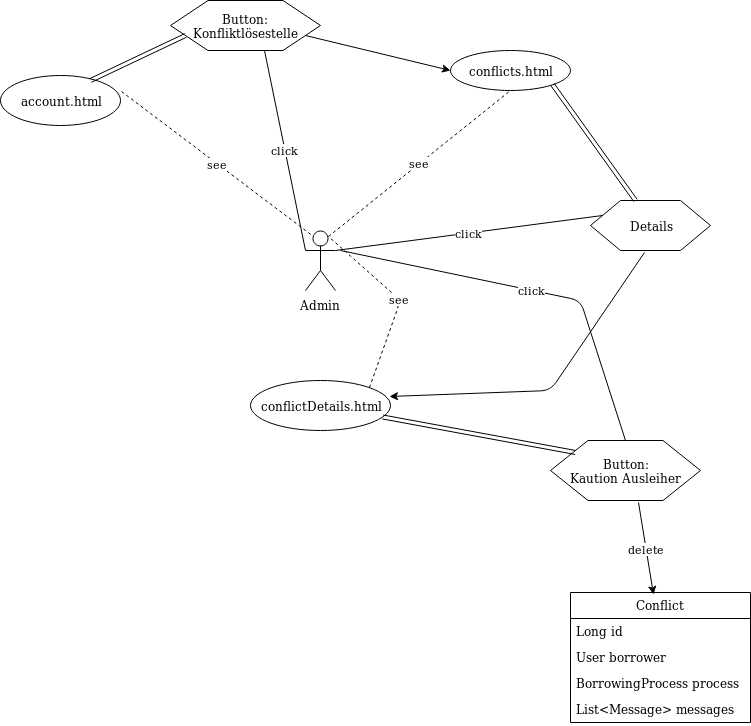
This is Diagram/settleConflict.png from Jukre111/Propra-im-Team, a draw.io export, as it was before one commit. Source tidied: cells renumbered, new cells last; positions are measured from the earlier drawing's top-left corner, leaving out a move shared by most shapes. Source of this version:
```xml
<mxGraphModel>
  <root>
    <mxCell id="0" />
    <mxCell id="1" parent="0" />
    <mxCell id="2" value="Admin" style="shape=umlActor;verticalLabelPosition=bottom;labelBackgroundColor=#ffffff;verticalAlign=top;html=1;outlineConnect=0;" parent="1" vertex="1">
      <mxGeometry x="305" y="230" width="30" height="60" as="geometry" />
    </mxCell>
    <mxCell id="3" value="account.html" style="ellipse;whiteSpace=wrap;html=1;" parent="1" vertex="1">
      <mxGeometry y="75" width="120" height="50" as="geometry" />
    </mxCell>
    <mxCell id="4" value="see" style="endArrow=none;dashed=1;html=1;exitX=1.008;exitY=0.32;exitDx=0;exitDy=0;exitPerimeter=0;entryX=0.25;entryY=0.1;entryDx=0;entryDy=0;entryPerimeter=0;" parent="1" edge="1" source="3" target="2">
      <mxGeometry relative="1" as="geometry" />
    </mxCell>
    <mxCell id="5" value="Button: Konfliktlösestelle" style="shape=hexagon;perimeter=hexagonPerimeter2;whiteSpace=wrap;html=1;" parent="1" vertex="1">
      <mxGeometry x="170" width="150" height="50" as="geometry" />
    </mxCell>
    <mxCell id="6" value="click" style="endArrow=none;html=1;exitX=0.625;exitY=1;exitDx=0;exitDy=0;entryX=0;entryY=0.3333333333333333;entryDx=0;entryDy=0;entryPerimeter=0;" parent="1" edge="1" source="5" target="2">
      <mxGeometry relative="1" as="geometry" />
    </mxCell>
    <mxCell id="7" value="conflicts.html" style="ellipse;whiteSpace=wrap;html=1;" parent="1" vertex="1">
      <mxGeometry x="450" y="50" width="120" height="40" as="geometry" />
    </mxCell>
    <mxCell id="8" style="endArrow=classic;html=1;exitX=1;exitY=0.75;exitDx=0;exitDy=0;entryX=0;entryY=0.5;entryDx=0;entryDy=0;" parent="1" edge="1" source="5" target="7">
      <mxGeometry relative="1" as="geometry" />
    </mxCell>
    <mxCell id="9" value="see" style="endArrow=none;dashed=1;html=1;exitX=0.75;exitY=0.1;exitDx=0;exitDy=0;exitPerimeter=0;entryX=0.5;entryY=1;entryDx=0;entryDy=0;" parent="1" edge="1" source="2" target="7">
      <mxGeometry relative="1" as="geometry" />
    </mxCell>
    <mxCell id="10" value="Details" style="shape=hexagon;perimeter=hexagonPerimeter2;whiteSpace=wrap;html=1;" parent="1" vertex="1">
      <mxGeometry x="590" y="200" width="120" height="50" as="geometry" />
    </mxCell>
    <mxCell id="11" value="click" style="endArrow=none;html=1;exitX=1;exitY=0.3333333333333333;exitDx=0;exitDy=0;exitPerimeter=0;entryX=0;entryY=0.25;entryDx=0;entryDy=0;" parent="1" edge="1" source="2" target="10">
      <mxGeometry relative="1" as="geometry" />
    </mxCell>
    <mxCell id="12" value="&lt;div&gt;Button:&lt;/div&gt;&lt;div&gt;Kaution Ausleiher&lt;br&gt;&lt;/div&gt;" style="shape=hexagon;perimeter=hexagonPerimeter2;whiteSpace=wrap;html=1;" parent="1" vertex="1">
      <mxGeometry x="550" y="440" width="150" height="60" as="geometry" />
    </mxCell>
    <mxCell id="13" style="shape=link;html=1;exitX=0.75;exitY=0.1;exitDx=0;exitDy=0;exitPerimeter=0;entryX=0;entryY=0.75;entryDx=0;entryDy=0;" parent="1" edge="1" source="3" target="5">
      <mxGeometry relative="1" as="geometry" />
    </mxCell>
    <mxCell id="14" style="shape=link;html=1;exitX=1;exitY=1;exitDx=0;exitDy=0;entryX=0.375;entryY=0;entryDx=0;entryDy=0;" parent="1" edge="1" source="7" target="10">
      <mxGeometry relative="1" as="geometry" />
    </mxCell>
    <mxCell id="15" value="conflictDetails.html" style="ellipse;whiteSpace=wrap;html=1;" parent="1" vertex="1">
      <mxGeometry x="250" y="380" width="140" height="50" as="geometry" />
    </mxCell>
    <mxCell id="16" value="see" style="endArrow=none;dashed=1;html=1;entryX=0.75;entryY=0.1;entryDx=0;entryDy=0;entryPerimeter=0;exitX=1;exitY=0;exitDx=0;exitDy=0;" parent="1" edge="1" source="15" target="2">
      <mxGeometry relative="1" as="geometry">
        <Array as="points">
          <mxPoint x="400" y="300" />
        </Array>
      </mxGeometry>
    </mxCell>
    <mxCell id="17" style="shape=link;html=1;exitX=0.167;exitY=0.2;exitDx=0;exitDy=0;exitPerimeter=0;" parent="1" edge="1" source="12" target="15">
      <mxGeometry relative="1" as="geometry" />
    </mxCell>
    <mxCell id="18" value="click" style="endArrow=none;html=1;entryX=0.5;entryY=0;entryDx=0;entryDy=0;" parent="1" edge="1" target="12">
      <mxGeometry relative="1" as="geometry">
        <mxPoint x="340" y="250" as="sourcePoint" />
        <Array as="points">
          <mxPoint x="580" y="300" />
        </Array>
      </mxGeometry>
    </mxCell>
    <mxCell id="19" style="endArrow=classic;html=1;exitX=0.45;exitY=1.04;exitDx=0;exitDy=0;exitPerimeter=0;entryX=0.993;entryY=0.32;entryDx=0;entryDy=0;entryPerimeter=0;" parent="1" edge="1" source="10" target="15">
      <mxGeometry relative="1" as="geometry">
        <Array as="points">
          <mxPoint x="550" y="390" />
        </Array>
      </mxGeometry>
    </mxCell>
    <mxCell id="20" value="Conflict" style="swimlane;fontStyle=0;horizontal=1;startSize=26;fillColor=none;" parent="1" vertex="1">
      <mxGeometry x="570" y="592" width="180" height="130" as="geometry" />
    </mxCell>
    <mxCell id="21" value="Long id" style="text;strokeColor=none;fillColor=none;align=left;verticalAlign=top;spacingLeft=4;spacingRight=4;overflow=hidden;" parent="20" vertex="1">
      <mxGeometry y="26" width="180" height="26" as="geometry" />
    </mxCell>
    <mxCell id="22" value="User borrower" style="text;strokeColor=none;fillColor=none;align=left;verticalAlign=top;spacingLeft=4;spacingRight=4;overflow=hidden;" parent="20" vertex="1">
      <mxGeometry y="52" width="180" height="26" as="geometry" />
    </mxCell>
    <mxCell id="23" value="BorrowingProcess process" style="text;strokeColor=none;fillColor=none;align=left;verticalAlign=top;spacingLeft=4;spacingRight=4;overflow=hidden;" parent="20" vertex="1">
      <mxGeometry y="78" width="180" height="26" as="geometry" />
    </mxCell>
    <mxCell id="24" value="List&lt;Message&gt; messages" style="text;strokeColor=none;fillColor=none;align=left;verticalAlign=top;spacingLeft=4;spacingRight=4;overflow=hidden;" parent="20" vertex="1">
      <mxGeometry y="104" width="180" height="26" as="geometry" />
    </mxCell>
    <mxCell id="25" value="delete" style="endArrow=classic;html=1;exitX=0.587;exitY=1.033;exitDx=0;exitDy=0;exitPerimeter=0;entryX=0.461;entryY=0.015;entryDx=0;entryDy=0;entryPerimeter=0;" parent="1" edge="1" source="12" target="20">
      <mxGeometry relative="1" as="geometry" />
    </mxCell>
  </root>
</mxGraphModel>
```
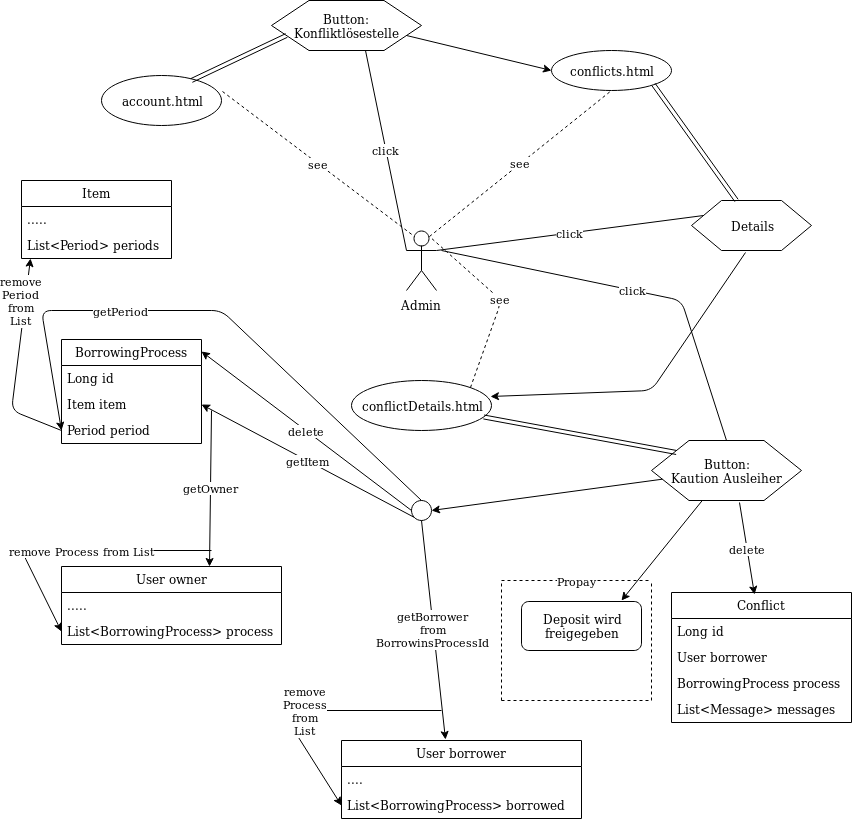
After the commit.

What changed in the source:
```diff
@@ -87,5 +87,127 @@
     <mxCell id="25" value="delete" style="endArrow=classic;html=1;exitX=0.587;exitY=1.033;exitDx=0;exitDy=0;exitPerimeter=0;entryX=0.461;entryY=0.015;entryDx=0;entryDy=0;entryPerimeter=0;" parent="1" edge="1" source="12" target="20">
       <mxGeometry relative="1" as="geometry" />
     </mxCell>
+    <mxCell id="26" style="endArrow=classic;html=1;" parent="1" edge="1" source="12">
+      <mxGeometry relative="1" as="geometry">
+        <mxPoint x="520" y="600" as="targetPoint" />
+      </mxGeometry>
+    </mxCell>
+    <mxCell id="27" value="&lt;div&gt;Deposit wird&lt;/div&gt;&lt;div&gt;freigegeben&lt;br&gt;&lt;/div&gt;" style="rounded=1;whiteSpace=wrap;html=1;" parent="1" vertex="1">
+      <mxGeometry x="420" y="601" width="120" height="49" as="geometry" />
+    </mxCell>
+    <mxCell id="28" value="Propay" style="endArrow=none;dashed=1;html=1;" parent="1" edge="1">
+      <mxGeometry relative="1" as="geometry">
+        <mxPoint x="400" y="580" as="sourcePoint" />
+        <mxPoint x="550" y="580" as="targetPoint" />
+      </mxGeometry>
+    </mxCell>
+    <mxCell id="29" style="endArrow=none;dashed=1;html=1;" parent="1" edge="1">
+      <mxGeometry relative="1" as="geometry">
+        <mxPoint x="400" y="700" as="sourcePoint" />
+        <mxPoint x="400" y="580" as="targetPoint" />
+      </mxGeometry>
+    </mxCell>
+    <mxCell id="30" style="endArrow=none;dashed=1;html=1;" parent="1" edge="1">
+      <mxGeometry relative="1" as="geometry">
+        <mxPoint x="400" y="700" as="sourcePoint" />
+        <mxPoint x="550" y="700" as="targetPoint" />
+      </mxGeometry>
+    </mxCell>
+    <mxCell id="31" style="endArrow=none;dashed=1;html=1;" parent="1" edge="1">
+      <mxGeometry relative="1" as="geometry">
+        <mxPoint x="550" y="700" as="sourcePoint" />
+        <mxPoint x="550" y="580" as="targetPoint" />
+      </mxGeometry>
+    </mxCell>
+    <mxCell id="32" style="endArrow=classic;html=1;entryX=1;entryY=0.5;entryDx=0;entryDy=0;" parent="1" edge="1" source="12" target="33">
+      <mxGeometry relative="1" as="geometry" />
+    </mxCell>
+    <mxCell id="33" style="ellipse;whiteSpace=wrap;html=1;" parent="1" vertex="1">
+      <mxGeometry x="310" y="500" width="20" height="20" as="geometry" />
+    </mxCell>
+    <mxCell id="34" value="User borrower" style="swimlane;fontStyle=0;horizontal=1;startSize=26;fillColor=none;" parent="1" vertex="1">
+      <mxGeometry x="240" y="740" width="240" height="78" as="geometry" />
+    </mxCell>
+    <mxCell id="35" value="...." style="text;strokeColor=none;fillColor=none;align=left;verticalAlign=top;spacingLeft=4;spacingRight=4;overflow=hidden;" parent="34" vertex="1">
+      <mxGeometry y="26" width="240" height="26" as="geometry" />
+    </mxCell>
+    <mxCell id="36" value="List&lt;BorrowingProcess&gt; borrowed" style="text;strokeColor=none;fillColor=none;align=left;verticalAlign=top;spacingLeft=4;spacingRight=4;overflow=hidden;points=[[0,0.5],[1,0.5]];portConstraint=eastwest;" parent="34" vertex="1">
+      <mxGeometry y="52" width="240" height="26" as="geometry" />
+    </mxCell>
+    <mxCell id="37" value="&lt;div&gt;getBorrower&lt;/div&gt;&lt;div&gt;from&lt;/div&gt;&lt;div&gt;BorrowinsProcessId&lt;br&gt;&lt;/div&gt;" style="endArrow=classic;html=1;exitX=0.5;exitY=1;exitDx=0;exitDy=0;entryX=0.433;entryY=-0.013;entryDx=0;entryDy=0;entryPerimeter=0;" parent="1" edge="1" source="33" target="34">
+      <mxGeometry relative="1" as="geometry" />
+    </mxCell>
+    <mxCell id="38" value="&lt;div&gt;remove&lt;/div&gt;&lt;div&gt;Process&lt;br&gt;&lt;/div&gt;&lt;div&gt;from&lt;/div&gt;&lt;div&gt;List&lt;br&gt;&lt;/div&gt;" style="endArrow=classic;html=1;entryX=0;entryY=0.5;entryDx=0;entryDy=0;" parent="1" edge="1" target="36">
+      <mxGeometry relative="1" as="geometry">
+        <mxPoint x="340" y="710" as="sourcePoint" />
+        <Array as="points">
+          <mxPoint x="180" y="710" />
+        </Array>
+      </mxGeometry>
+    </mxCell>
+    <mxCell id="39" value="Item" style="swimlane;fontStyle=0;horizontal=1;startSize=26;fillColor=none;" parent="1" vertex="1">
+      <mxGeometry x="-80" y="180" width="150" height="78" as="geometry" />
+    </mxCell>
+    <mxCell id="40" value="....." style="text;strokeColor=none;fillColor=none;align=left;verticalAlign=top;spacingLeft=4;spacingRight=4;overflow=hidden;" parent="39" vertex="1">
+      <mxGeometry y="26" width="150" height="26" as="geometry" />
+    </mxCell>
+    <mxCell id="41" value="List&lt;Period&gt; periods" style="text;strokeColor=none;fillColor=none;align=left;verticalAlign=top;spacingLeft=4;spacingRight=4;overflow=hidden;points=[[0,0.5],[1,0.5]];portConstraint=eastwest;" parent="39" vertex="1">
+      <mxGeometry y="52" width="150" height="26" as="geometry" />
+    </mxCell>
+    <mxCell id="42" value="BorrowingProcess" style="swimlane;fontStyle=0;horizontal=1;startSize=26;fillColor=none;" parent="1" vertex="1">
+      <mxGeometry x="-40" y="339" width="140" height="104" as="geometry" />
+    </mxCell>
+    <mxCell id="43" value="Long id" style="text;strokeColor=none;fillColor=none;align=left;verticalAlign=top;spacingLeft=4;spacingRight=4;overflow=hidden;" parent="42" vertex="1">
+      <mxGeometry y="26" width="140" height="26" as="geometry" />
+    </mxCell>
+    <mxCell id="44" value="Item item" style="text;strokeColor=none;fillColor=none;align=left;verticalAlign=top;spacingLeft=4;spacingRight=4;overflow=hidden;points=[[0,0.5],[1,0.5]];portConstraint=eastwest;" parent="42" vertex="1">
+      <mxGeometry y="52" width="140" height="26" as="geometry" />
+    </mxCell>
+    <mxCell id="45" value="Period period" style="text;strokeColor=none;fillColor=none;align=left;verticalAlign=top;spacingLeft=4;spacingRight=4;overflow=hidden;points=[[0,0.5],[1,0.5]];portConstraint=eastwest;" parent="42" vertex="1">
+      <mxGeometry y="78" width="140" height="26" as="geometry" />
+    </mxCell>
+    <mxCell id="46" value="delete" style="endArrow=classic;html=1;exitX=0;exitY=0.5;exitDx=0;exitDy=0;entryX=1;entryY=0.115;entryDx=0;entryDy=0;entryPerimeter=0;" parent="1" edge="1" source="33" target="42">
+      <mxGeometry relative="1" as="geometry" />
+    </mxCell>
+    <mxCell id="47" value="getItem" style="endArrow=classic;html=1;exitX=0;exitY=1;exitDx=0;exitDy=0;entryX=1;entryY=0.5;entryDx=0;entryDy=0;" parent="1" edge="1" source="33" target="44">
+      <mxGeometry relative="1" as="geometry" />
+    </mxCell>
+    <mxCell id="48" value="User owner" style="swimlane;fontStyle=0;horizontal=1;startSize=26;fillColor=none;" parent="1" vertex="1">
+      <mxGeometry x="-40" y="566" width="220" height="78" as="geometry" />
+    </mxCell>
+    <mxCell id="49" value="....." style="text;strokeColor=none;fillColor=none;align=left;verticalAlign=top;spacingLeft=4;spacingRight=4;overflow=hidden;" parent="48" vertex="1">
+      <mxGeometry y="26" width="220" height="26" as="geometry" />
+    </mxCell>
+    <mxCell id="50" value="List&lt;BorrowingProcess&gt; process" style="text;strokeColor=none;fillColor=none;align=left;verticalAlign=top;spacingLeft=4;spacingRight=4;overflow=hidden;points=[[0,0.5],[1,0.5]];portConstraint=eastwest;" parent="48" vertex="1">
+      <mxGeometry y="52" width="220" height="26" as="geometry" />
+    </mxCell>
+    <mxCell id="51" value="getOwner" style="endArrow=classic;html=1;entryX=0.673;entryY=0;entryDx=0;entryDy=0;entryPerimeter=0;" parent="1" edge="1" target="48">
+      <mxGeometry relative="1" as="geometry">
+        <mxPoint x="110" y="410" as="sourcePoint" />
+      </mxGeometry>
+    </mxCell>
+    <mxCell id="52" value="remove Process from List" style="endArrow=classic;html=1;entryX=0;entryY=0.5;entryDx=0;entryDy=0;" parent="1" edge="1" target="50">
+      <mxGeometry x="-0.07" relative="1" as="geometry">
+        <mxPoint x="110" y="550" as="sourcePoint" />
+        <Array as="points">
+          <mxPoint x="-80" y="550" />
+        </Array>
+      </mxGeometry>
+    </mxCell>
+    <mxCell id="53" value="getPeriod" style="endArrow=classic;html=1;exitX=0.5;exitY=0;exitDx=0;exitDy=0;entryX=0;entryY=0.5;entryDx=0;entryDy=0;" parent="1" edge="1" source="33" target="45">
+      <mxGeometry x="0.3" relative="1" as="geometry">
+        <Array as="points">
+          <mxPoint x="120" y="310" />
+          <mxPoint x="-60" y="310" />
+        </Array>
+      </mxGeometry>
+    </mxCell>
+    <mxCell id="54" value="&lt;div&gt;remove&lt;/div&gt;&lt;div&gt;Period &lt;br&gt;&lt;/div&gt;&lt;div&gt;from &lt;br&gt;&lt;/div&gt;&lt;div&gt;List&lt;br&gt;&lt;/div&gt;" style="endArrow=classic;html=1;entryX=0.06;entryY=1;entryDx=0;entryDy=0;entryPerimeter=0;exitX=0;exitY=0.5;exitDx=0;exitDy=0;" parent="1" edge="1" source="45" target="41">
+      <mxGeometry x="0.59" y="4" relative="1" as="geometry">
+        <Array as="points">
+          <mxPoint x="-90" y="410" />
+        </Array>
+      </mxGeometry>
+    </mxCell>
   </root>
 </mxGraphModel>
```
